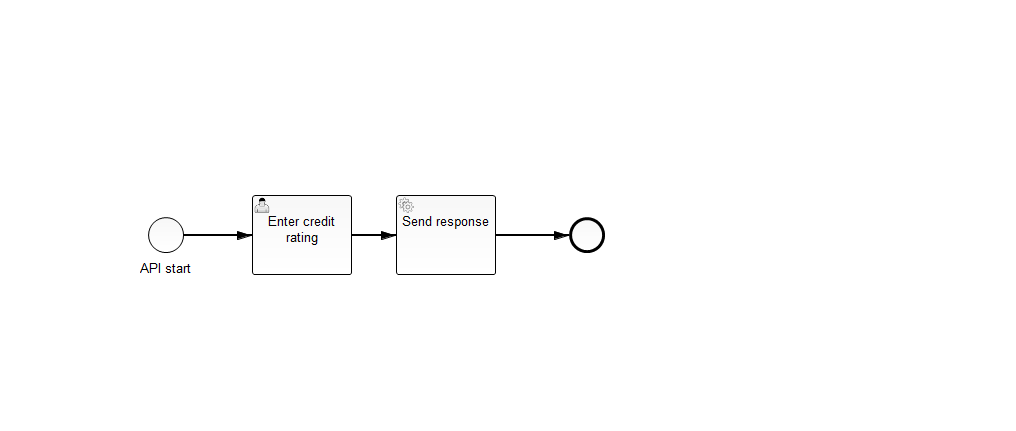
Earlier version of the BPMN export GMNYworkflow/gmny/src/main/resources/00-GTA-simulation.png (shaunthomas999/GMNY-WFM-CaseStudy). Its source is kept beside it as GMNYworkflow/gmny/src/main/resources/00-GTA-simulation.bpmn. Ids are renumbered. The source it was exported from:
```xml
<bpmn2:definitions xmlns:xsi="http://www.w3.org/2001/XMLSchema-instance" xmlns:bpmn2="http://www.omg.org/spec/BPMN/20100524/MODEL" xmlns:bpmndi="http://www.omg.org/spec/BPMN/20100524/DI" xmlns:camunda="http://activiti.org/bpmn" xmlns:dc="http://www.omg.org/spec/DD/20100524/DC" xmlns:di="http://www.omg.org/spec/DD/20100524/DI" xsi:schemaLocation="http://www.omg.org/spec/BPMN/20100524/MODEL BPMN20.xsd" id="_8tSH8BM0EeWEvZ4m1p99Fg" exporter="camunda modeler" exporterVersion="2.7.0" targetNamespace="http://activiti.org/bpmn">
  <bpmn2:process id="APIsimulation" name="[API simulation]" isExecutable="true">
    <bpmn2:startEvent id="StartEvent_1" name="API start">
      <bpmn2:outgoing>SequenceFlow_1</bpmn2:outgoing>
    </bpmn2:startEvent>
    <bpmn2:userTask id="UserTask_1" name="Enter credit rating">
      <bpmn2:extensionElements>
        <camunda:formData>
          <camunda:formField id="creditRating" label="Credit Rating" type="string"/>
          <camunda:formField id="firstname" label="First name" type="string">
            <camunda:properties>
              <camunda:property id="readonly" value="true"/>
            </camunda:properties>
          </camunda:formField>
          <camunda:formField id="lastname" label="Last Name" type="string">
            <camunda:properties>
              <camunda:property id="readonly" value="true"/>
            </camunda:properties>
          </camunda:formField>
        </camunda:formData>
      </bpmn2:extensionElements>
      <bpmn2:incoming>SequenceFlow_1</bpmn2:incoming>
      <bpmn2:outgoing>SequenceFlow_2</bpmn2:outgoing>
    </bpmn2:userTask>
    <bpmn2:serviceTask id="ServiceTask_1" camunda:expression="${true}" name="Send response">
      <bpmn2:incoming>SequenceFlow_2</bpmn2:incoming>
      <bpmn2:outgoing>SequenceFlow_3</bpmn2:outgoing>
    </bpmn2:serviceTask>
    <bpmn2:endEvent id="EndEvent_1">
      <bpmn2:incoming>SequenceFlow_3</bpmn2:incoming>
    </bpmn2:endEvent>
    <bpmn2:sequenceFlow id="SequenceFlow_1" name="" sourceRef="StartEvent_1" targetRef="UserTask_1"/>
    <bpmn2:sequenceFlow id="SequenceFlow_2" name="" sourceRef="UserTask_1" targetRef="ServiceTask_1"/>
    <bpmn2:sequenceFlow id="SequenceFlow_3" name="" sourceRef="ServiceTask_1" targetRef="EndEvent_1"/>
  </bpmn2:process>
  <bpmndi:BPMNDiagram id="BPMNDiagram_1">
    <bpmndi:BPMNPlane id="BPMNPlane_1" bpmnElement="APIsimulation">
      <bpmndi:BPMNShape id="_BPMNShape_StartEvent_2" bpmnElement="StartEvent_1">
        <dc:Bounds height="36.0" width="36.0" x="148.0" y="217.0"/>
      </bpmndi:BPMNShape>
      <bpmndi:BPMNShape id="_BPMNShape_ServiceTask_2" bpmnElement="ServiceTask_1">
        <dc:Bounds height="80.0" width="100.0" x="396.0" y="195.0"/>
      </bpmndi:BPMNShape>
      <bpmndi:BPMNShape id="_BPMNShape_UserTask_2" bpmnElement="UserTask_1">
        <dc:Bounds height="80.0" width="100.0" x="252.0" y="195.0"/>
      </bpmndi:BPMNShape>
      <bpmndi:BPMNShape id="_BPMNShape_EndEvent_2" bpmnElement="EndEvent_1">
        <dc:Bounds height="36.0" width="36.0" x="569.0" y="217.0"/>
        <bpmndi:BPMNLabel>
          <dc:Bounds height="0.0" width="0.0" x="587.0" y="258.0"/>
        </bpmndi:BPMNLabel>
      </bpmndi:BPMNShape>
      <bpmndi:BPMNEdge id="BPMNEdge_SequenceFlow_1" bpmnElement="SequenceFlow_1" sourceElement="_BPMNShape_StartEvent_2" targetElement="_BPMNShape_UserTask_2">
        <di:waypoint xsi:type="dc:Point" x="184.0" y="235.0"/>
        <di:waypoint xsi:type="dc:Point" x="252.0" y="235.0"/>
      </bpmndi:BPMNEdge>
      <bpmndi:BPMNEdge id="BPMNEdge_SequenceFlow_2" bpmnElement="SequenceFlow_2" sourceElement="_BPMNShape_UserTask_2" targetElement="_BPMNShape_ServiceTask_2">
        <di:waypoint xsi:type="dc:Point" x="352.0" y="235.0"/>
        <di:waypoint xsi:type="dc:Point" x="396.0" y="235.0"/>
      </bpmndi:BPMNEdge>
      <bpmndi:BPMNEdge id="BPMNEdge_SequenceFlow_3" bpmnElement="SequenceFlow_3" sourceElement="_BPMNShape_ServiceTask_2" targetElement="_BPMNShape_EndEvent_2">
        <di:waypoint xsi:type="dc:Point" x="496.0" y="235.0"/>
        <di:waypoint xsi:type="dc:Point" x="569.0" y="235.0"/>
      </bpmndi:BPMNEdge>
    </bpmndi:BPMNPlane>
  </bpmndi:BPMNDiagram>
</bpmn2:definitions>
```
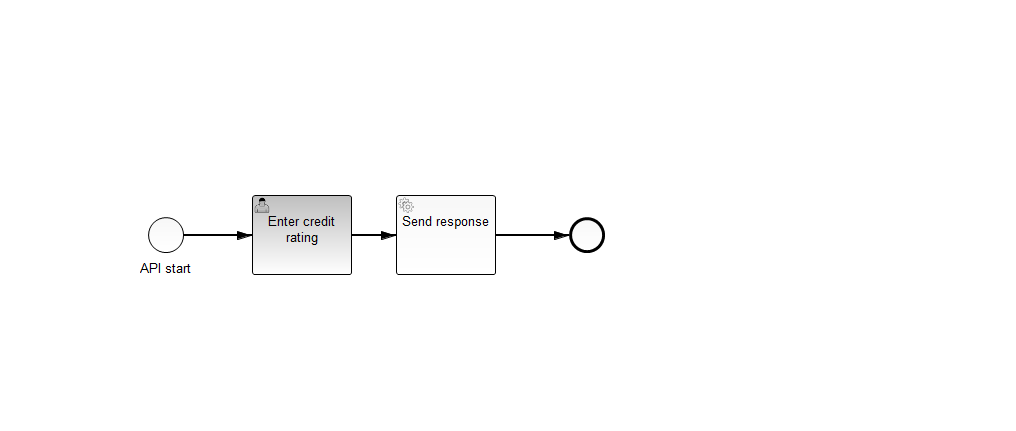
After the commit.

What changed in the source:
```diff
@@ -1,12 +1,12 @@
 <bpmn2:definitions xmlns:xsi="http://www.w3.org/2001/XMLSchema-instance" xmlns:bpmn2="http://www.omg.org/spec/BPMN/20100524/MODEL" xmlns:bpmndi="http://www.omg.org/spec/BPMN/20100524/DI" xmlns:camunda="http://activiti.org/bpmn" xmlns:dc="http://www.omg.org/spec/DD/20100524/DC" xmlns:di="http://www.omg.org/spec/DD/20100524/DI" xsi:schemaLocation="http://www.omg.org/spec/BPMN/20100524/MODEL BPMN20.xsd" id="_8tSH8BM0EeWEvZ4m1p99Fg" exporter="camunda modeler" exporterVersion="2.7.0" targetNamespace="http://activiti.org/bpmn">
-  <bpmn2:process id="APIsimulation" name="[API simulation]" isExecutable="true">
+  <bpmn2:process id="APIsimulation" name="0 - [API simulation]" isExecutable="true">
     <bpmn2:startEvent id="StartEvent_1" name="API start">
       <bpmn2:outgoing>SequenceFlow_1</bpmn2:outgoing>
     </bpmn2:startEvent>
     <bpmn2:userTask id="UserTask_1" name="Enter credit rating">
       <bpmn2:extensionElements>
         <camunda:formData>
-          <camunda:formField id="creditRating" label="Credit Rating" type="string"/>
+          <camunda:formField id="rating" label="Rating" type="string"/>
           <camunda:formField id="firstname" label="First name" type="string">
             <camunda:properties>
               <camunda:property id="readonly" value="true"/>
@@ -17,12 +17,17 @@
               <camunda:property id="readonly" value="true"/>
             </camunda:properties>
           </camunda:formField>
+          <camunda:formField id="businessKey" label="businessKey" type="string">
+            <camunda:properties>
+              <camunda:property id="readonly" value="true"/>
+            </camunda:properties>
+          </camunda:formField>
         </camunda:formData>
       </bpmn2:extensionElements>
       <bpmn2:incoming>SequenceFlow_1</bpmn2:incoming>
       <bpmn2:outgoing>SequenceFlow_2</bpmn2:outgoing>
     </bpmn2:userTask>
-    <bpmn2:serviceTask id="ServiceTask_1" camunda:expression="${true}" name="Send response">
+    <bpmn2:serviceTask id="ServiceTask_1" camunda:expression="${gtaSimulationServiceBean.respondeCreditHistory(execution)}" name="Send response">
       <bpmn2:incoming>SequenceFlow_2</bpmn2:incoming>
       <bpmn2:outgoing>SequenceFlow_3</bpmn2:outgoing>
     </bpmn2:serviceTask>
```
